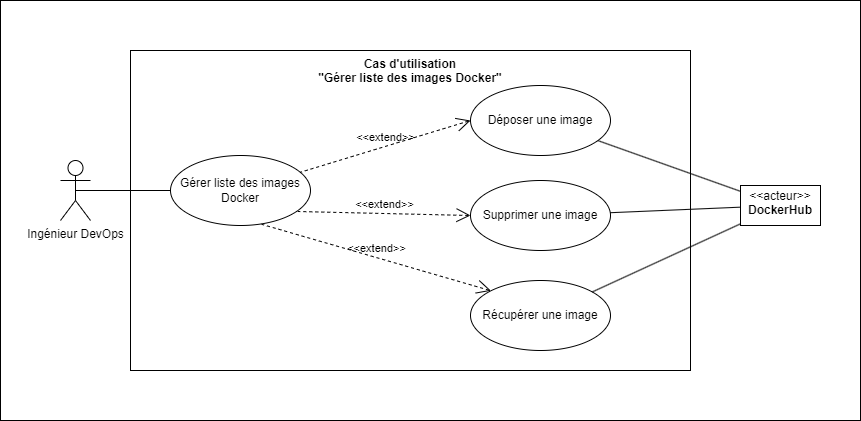
Before: usecase5.drawio.png, a diagram exported from draw.io (rayenbch/rapport). Source tidied: cells renumbered, new cells last; positions are measured from the earlier drawing's top-left corner, leaving out a move shared by most shapes.
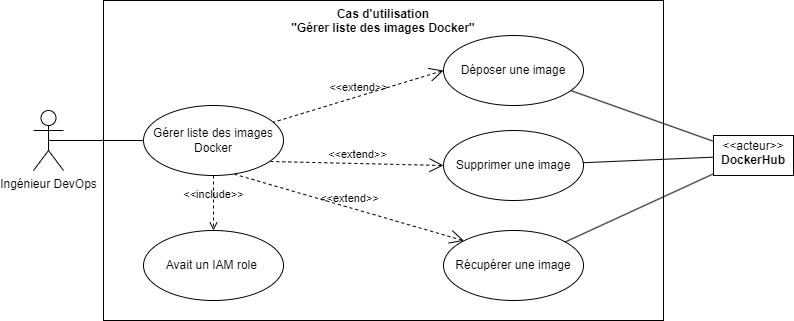
The same file after the commit.

What changed in the source:
```diff
@@ -44,8 +44,11 @@
     <mxCell id="15" style="edgeStyle=none;html=1;endArrow=none;verticalAlign=bottom;rounded=0;" parent="1" edge="1" source="10" target="12">
       <mxGeometry relative="1" as="geometry" />
     </mxCell>
-    <mxCell id="16" style="rounded=0;whiteSpace=wrap;html=1;fillColor=none;" parent="1" vertex="1">
-      <mxGeometry width="860" height="420" as="geometry" />
-    </mxCell>
+    <mxCell id="17" value="Avait un IAM role&amp;nbsp;" style="ellipse;whiteSpace=wrap;html=1;" parent="1" vertex="1">
+      <mxGeometry x="170" y="280" width="140" height="70" as="geometry" />
+    </mxCell>
+    <mxCell id="18" value="&amp;lt;&amp;lt;include&amp;gt;&amp;gt;" style="edgeStyle=none;html=1;endArrow=open;verticalAlign=bottom;dashed=1;labelBackgroundColor=none;rounded=0;entryX=0.5;entryY=0;entryDx=0;entryDy=0;exitX=0.5;exitY=1;exitDx=0;exitDy=0;" parent="1" edge="1" source="4" target="17">
+      <mxGeometry relative="1" as="geometry" />
+    </mxCell>
   </root>
 </mxGraphModel>
```
